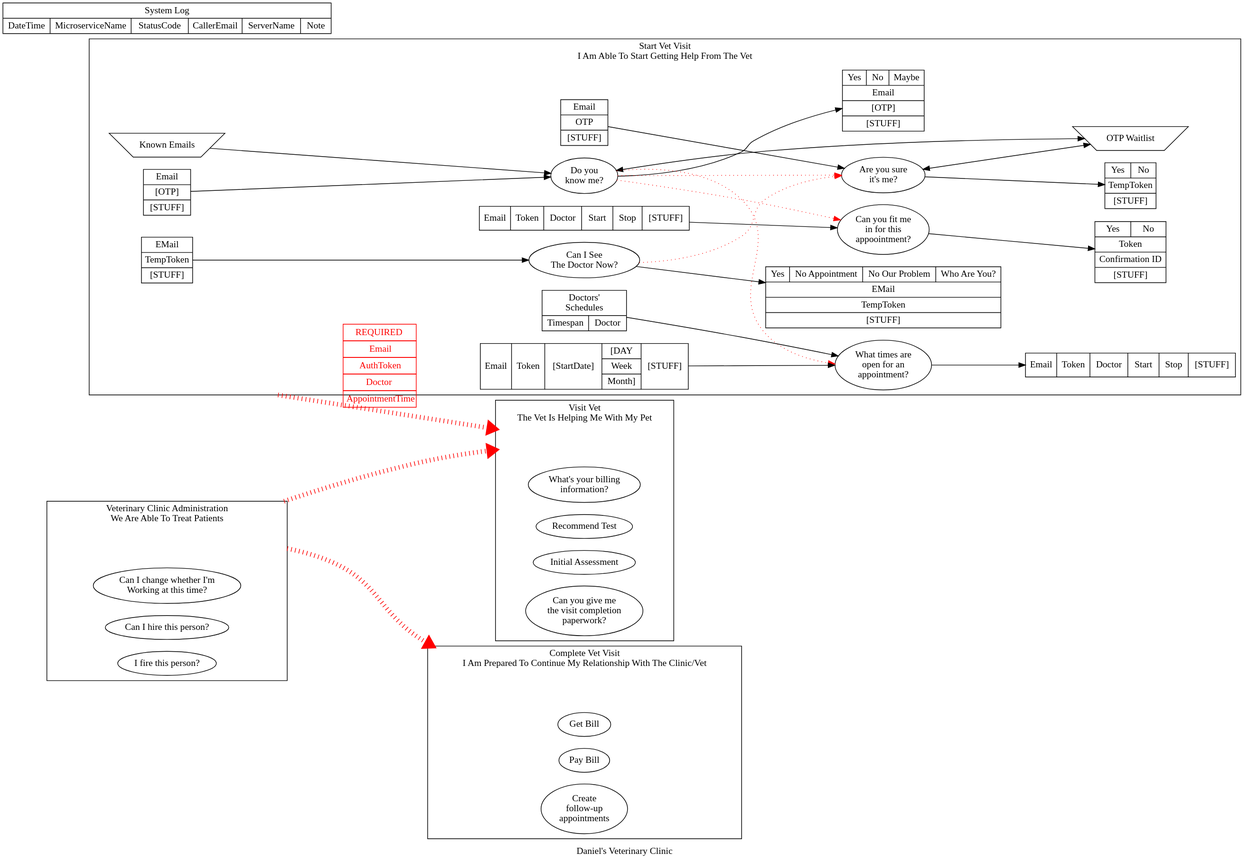
The PlantUML diagram out/VeterinaryClinic/VeterinaryClinic.svg in DanielBMarkham/fsharp-play, before a commit. Its source is kept beside it as VeterinaryClinic.pu.
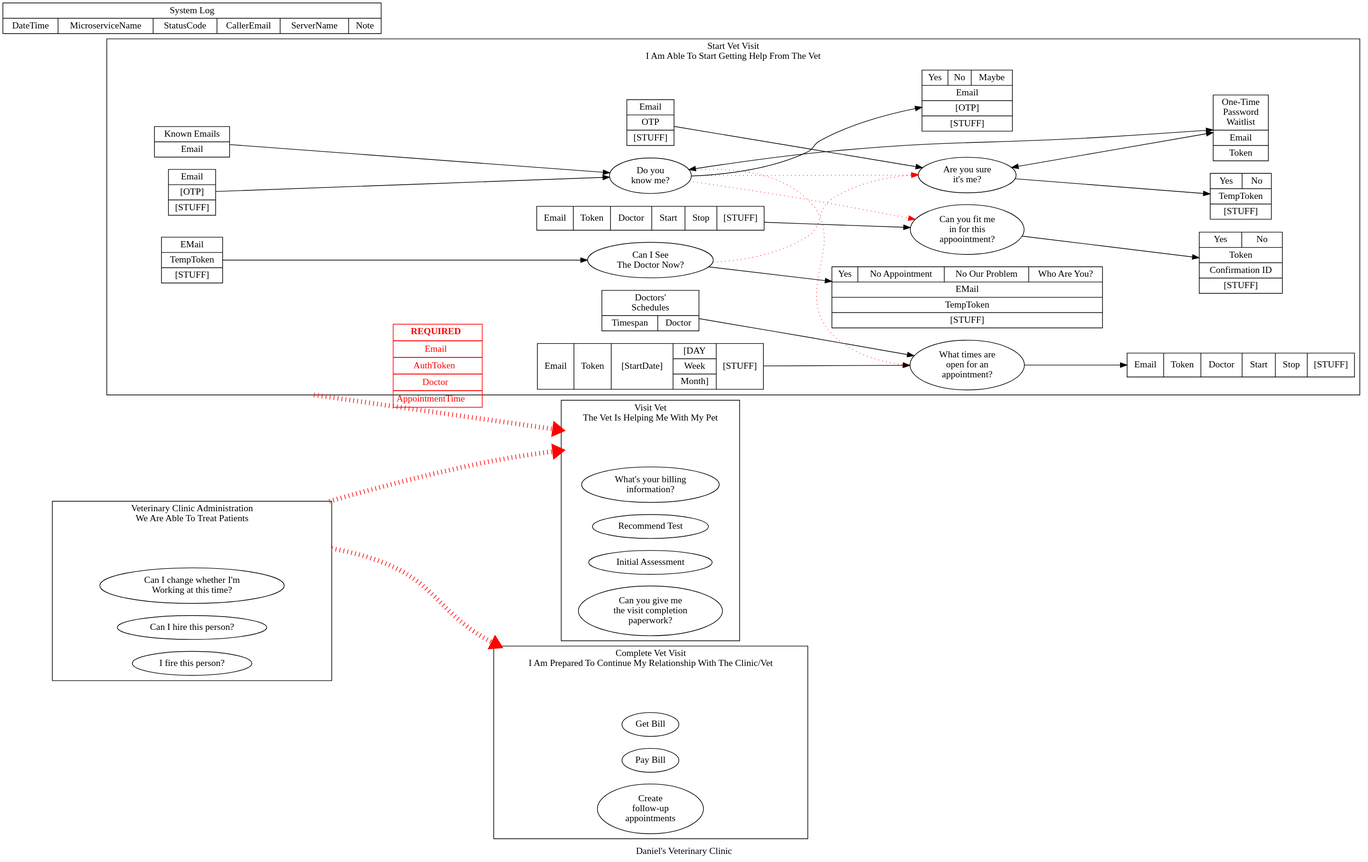
After the change.

Change to the diagram source:
```diff
@@ -15,14 +15,14 @@
 
     doYouKnowMeInput [shape=record, label="<f0> Email|<f1> [OTP]|<f2> \[STUFF\]"];
     doYouKnowMeOutput [shape=record,label="{<f0> Yes|<f1> No|<f2>Maybe} | <f3> Email| <f4> \[OTP\]| <f5> \[STUFF\]"];
-    knownEMails [ shape=invtrapezium, label="Known Emails"];
+    knownEMails [ shape=record, label="<f0> Known Emails | <f1> Email"];
     doYouKnowMe [shape=oval, label="Do you\nknow me?"];
     knownEMails->doYouKnowMe;
     doYouKnowMeInput->doYouKnowMe;
     doYouKnowMe->doYouKnowMeOutput;
     doYouKnowMe->otpWaitList [dir=both];
 
-    otpWaitList [ shape=invtrapezium, label="OTP Waitlist"];
+    otpWaitList [ shape=record, label="<f0> One-Time\nPassword\nWaitlist | <f1> Email | <f2> Token"];
     areYouSureItsMeInput [shape=record, label="Email|OTP|\[STUFF\]"];
     areYouSureItsMeOutput [shape=record, label="{Yes|No} | TempToken | \[STUFF\]"];
 
@@ -52,10 +52,10 @@
     canYouFitMeInForThisAppointment->canYouFitMeInForThisAppointmentOutput;
 
     // MICROSERVICE BUSINESS HIERARCHY -- NOT DATAFLOW OR DEPENDENCIES
-    doYouKnowMe->canYouFitMeInForThisAppointment [color=red, penwidth=1, style=dotted];
-    doYouKnowMe->areYouSureItsMe [color=red, penwidth=1, style=dotted];
-    doYouKnowMe->whatTimesAreOpenForAnAppointment [color=red, penwidth=1, style=dotted];
-    canISeeTheDoctorNow->areYouSureItsMe [color=red, penwidth=1, style=dotted];
+    doYouKnowMe->canYouFitMeInForThisAppointment [color=red, penwidth=3, style=dotted];
+    doYouKnowMe->areYouSureItsMe [color=red, penwidth=3, style=dotted];
+    doYouKnowMe->whatTimesAreOpenForAnAppointment [color=red, penwidth=3, style=dotted];
+    canISeeTheDoctorNow->areYouSureItsMe [color=red, penwidth=3, style=dotted];
   }
 
   subgraph cluster_VisitVet {
@@ -94,10 +94,10 @@
   }
   // PROCESS AREA BUSINESS HIERARCHY -- NOT DATAFLOW OR DEPENDENCIES
 
-  ProcessAreaStartVetVisit->ProcessAreaVisitVet [color=red, style=dotted, penwidth=7, ltail=cluster_StartVetVisit,labelfontcolor=red, lhead=cluster_VisitVet, label=<
+  ProcessAreaStartVetVisit->ProcessAreaVisitVet [color=red, style=dotted, penwidth=6, ltail=cluster_StartVetVisit,labelfontcolor=red, lhead=cluster_VisitVet, label=<
   <TABLE BORDER="0" CELLBORDER="1" CELLSPACING="0" CELLPADDING="4" >
 
-  <TR><TD><FONT COLOR="red">REQUIRED</FONT></TD></TR>
+  <TR><TD><FONT COLOR="red"><b>REQUIRED</b></FONT></TD></TR>
   <TR><TD><FONT COLOR="red">Email</FONT></TD></TR>
   <TR><TD><FONT COLOR="red">AuthToken</FONT></TD></TR>
   <TR><TD><FONT COLOR="red">Doctor</FONT></TD></TR>
@@ -105,8 +105,8 @@
   </TABLE>>];
 
 
-  ProcessAreaVeterinaryClinicAdministration->ProcessAreaCompleteVetVisit [color=red, style=dotted, penwidth=7, ltail=cluster_VeterinaryClinicAdministration, lhead=cluster_CompleteVetVisit];
-  ProcessAreaVeterinaryClinicAdministration->ProcessAreaVisitVet [color=red, style=dotted, penwidth=7, ltail=cluster_VeterinaryClinicAdministration, lhead=cluster_VisitVet];
+  ProcessAreaVeterinaryClinicAdministration->ProcessAreaCompleteVetVisit [color=red, style=dotted, penwidth=6, ltail=cluster_VeterinaryClinicAdministration, lhead=cluster_CompleteVetVisit];
+  ProcessAreaVeterinaryClinicAdministration->ProcessAreaVisitVet [color=red, style=dotted, penwidth=6, ltail=cluster_VeterinaryClinicAdministration, lhead=cluster_VisitVet];
 
 
   systemLog [shape=record, label="<f0> System Log | {<f1>DateTime | <f2> MicroserviceName | <f3> StatusCode | <f4> CallerEmail | <f5> ServerName | <f6> Note}"];
```
